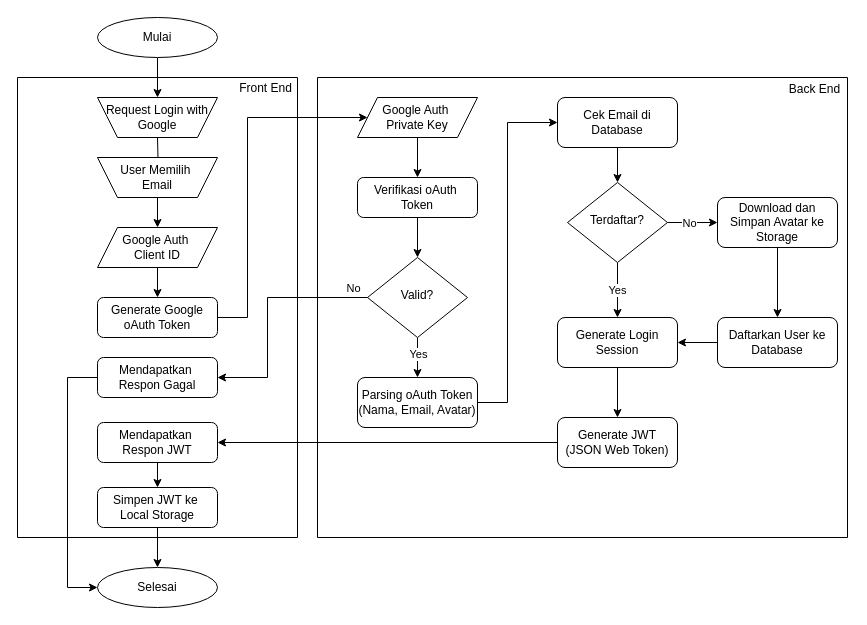
neszha/artour-android keeps this draw.io diagram as docs/flowchart-auth.drawio. Above is the earlier version. Source tidied: cells renumbered, new cells numbered last; positions are measured from the earlier drawing's top-left corner, leaving out a move shared by most shapes. Both pictures are drawn from the tidied source at 100%, with x=0, y=0 at pixel (17, 17).
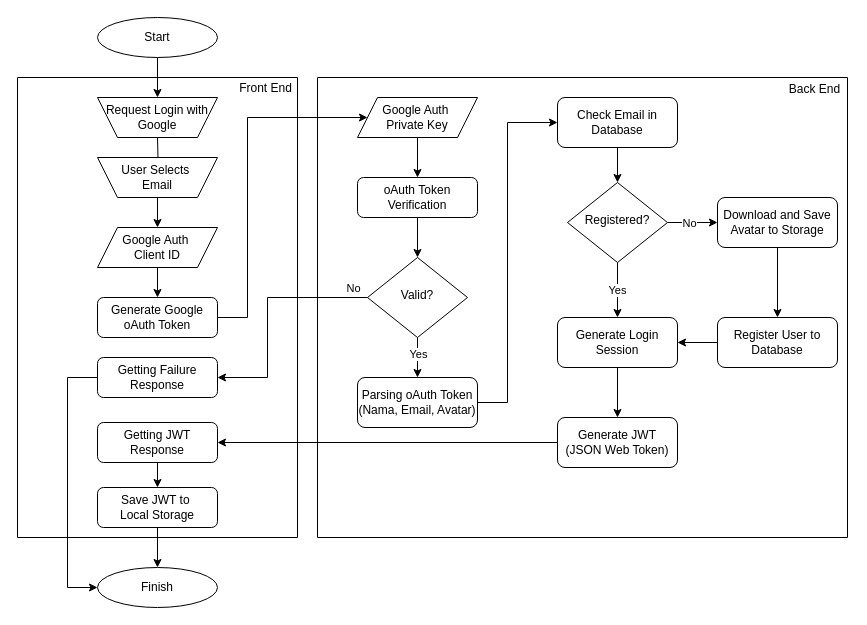
Above is the later version.

Unchanged cells that the change refers to:
```xml
<mxCell id="7" style="swimlane;startSize=0;" parent="1" vertex="1">
  <mxGeometry y="60" width="280" height="460" as="geometry" />
</mxCell>
<mxCell id="18" style="swimlane;startSize=0;" parent="1" vertex="1">
  <mxGeometry x="300" y="60" width="530" height="460" as="geometry" />
</mxCell>
```

What changed in the source:
```diff
@@
-    <mxCell id="4" value="Mulai" style="ellipse;whiteSpace=wrap;html=1;" parent="1" vertex="1">
+    <mxCell id="4" value="Start" style="ellipse;whiteSpace=wrap;html=1;" parent="1" vertex="1">
       <mxGeometry x="80" width="120" height="40" as="geometry" />
     </mxCell>
@@
-    <mxCell id="8" value="Mendapatkan&amp;nbsp;&lt;div&gt;Respon Gagal&lt;/div&gt;" style="rounded=1;whiteSpace=wrap;html=1;fontSize=12;glass=0;strokeWidth=1;shadow=0;" parent="7" vertex="1">
+    <mxCell id="8" value="Getting Failure Response" style="rounded=1;whiteSpace=wrap;html=1;fontSize=12;glass=0;strokeWidth=1;shadow=0;" parent="7" vertex="1">
       <mxGeometry x="80" y="280" width="120" height="40" as="geometry" />
     </mxCell>
-    <mxCell id="9" value="User Memilih&amp;nbsp;&lt;div&gt;Email&lt;/div&gt;" style="shape=trapezoid;perimeter=trapezoidPerimeter;whiteSpace=wrap;html=1;fixedSize=1;flipV=1;" parent="7" vertex="1">
+    <mxCell id="9" value="User Selects&amp;nbsp;&lt;div&gt;Email&lt;br&gt;&lt;/div&gt;" style="shape=trapezoid;perimeter=trapezoidPerimeter;whiteSpace=wrap;html=1;fixedSize=1;flipV=1;" parent="7" vertex="1">
       <mxGeometry x="80" y="80" width="120" height="40" as="geometry" />
     </mxCell>
@@
-    <mxCell id="15" value="Mendapatkan&amp;nbsp;&lt;div&gt;Respon JWT&lt;/div&gt;" style="rounded=1;whiteSpace=wrap;html=1;fontSize=12;glass=0;strokeWidth=1;shadow=0;" parent="7" vertex="1">
+    <mxCell id="15" value="Getting JWT Response" style="rounded=1;whiteSpace=wrap;html=1;fontSize=12;glass=0;strokeWidth=1;shadow=0;" parent="7" vertex="1">
       <mxGeometry x="80" y="345" width="120" height="40" as="geometry" />
     </mxCell>
-    <mxCell id="16" value="Simpen JWT ke&amp;nbsp;&lt;div&gt;Local Storage&lt;/div&gt;" style="rounded=1;whiteSpace=wrap;html=1;fontSize=12;glass=0;strokeWidth=1;shadow=0;" parent="7" vertex="1">
+    <mxCell id="16" value="Save JWT to&amp;nbsp;&lt;div&gt;Local Storage&lt;/div&gt;" style="rounded=1;whiteSpace=wrap;html=1;fontSize=12;glass=0;strokeWidth=1;shadow=0;" parent="7" vertex="1">
       <mxGeometry x="80" y="410" width="120" height="40" as="geometry" />
     </mxCell>
@@
-    <mxCell id="22" value="Verifikasi oAuth&amp;nbsp;&lt;div&gt;Token&lt;/div&gt;" style="rounded=1;whiteSpace=wrap;html=1;fontSize=12;glass=0;strokeWidth=1;shadow=0;" parent="18" vertex="1">
+    <mxCell id="22" value="oAuth&amp;nbsp;&lt;span style=&quot;background-color: initial;&quot;&gt;Token Verification&lt;/span&gt;" style="rounded=1;whiteSpace=wrap;html=1;fontSize=12;glass=0;strokeWidth=1;shadow=0;" parent="18" vertex="1">
       <mxGeometry x="40" y="100" width="120" height="40" as="geometry" />
     </mxCell>
@@
-    <mxCell id="31" value="Terdaftar?" style="rhombus;whiteSpace=wrap;html=1;shadow=0;fontFamily=Helvetica;fontSize=12;align=center;strokeWidth=1;spacing=6;spacingTop=-4;" parent="18" vertex="1">
+    <mxCell id="31" value="Registered?" style="rhombus;whiteSpace=wrap;html=1;shadow=0;fontFamily=Helvetica;fontSize=12;align=center;strokeWidth=1;spacing=6;spacingTop=-4;" parent="18" vertex="1">
       <mxGeometry x="250" y="105" width="100" height="80" as="geometry" />
     </mxCell>
@@
-    <mxCell id="33" value="Cek Email di Database" style="rounded=1;whiteSpace=wrap;html=1;fontSize=12;glass=0;strokeWidth=1;shadow=0;" parent="18" vertex="1">
+    <mxCell id="33" value="Check Email in Database" style="rounded=1;whiteSpace=wrap;html=1;fontSize=12;glass=0;strokeWidth=1;shadow=0;" parent="18" vertex="1">
       <mxGeometry x="240" y="20" width="120" height="50" as="geometry" />
     </mxCell>
@@
-    <mxCell id="38" value="Download dan Simpan Avatar ke Storage" style="rounded=1;whiteSpace=wrap;html=1;fontSize=12;glass=0;strokeWidth=1;shadow=0;" parent="18" vertex="1">
+    <mxCell id="38" value="Download and Save Avatar to Storage" style="rounded=1;whiteSpace=wrap;html=1;fontSize=12;glass=0;strokeWidth=1;shadow=0;" parent="18" vertex="1">
       <mxGeometry x="400" y="120" width="120" height="50" as="geometry" />
     </mxCell>
@@
-    <mxCell id="40" value="Daftarkan User ke Database" style="rounded=1;whiteSpace=wrap;html=1;fontSize=12;glass=0;strokeWidth=1;shadow=0;" parent="18" vertex="1">
+    <mxCell id="40" value="Register User to Database" style="rounded=1;whiteSpace=wrap;html=1;fontSize=12;glass=0;strokeWidth=1;shadow=0;" parent="18" vertex="1">
       <mxGeometry x="400" y="240" width="120" height="50" as="geometry" />
     </mxCell>
@@
-    <mxCell id="45" value="Selesai" style="ellipse;whiteSpace=wrap;html=1;" parent="1" vertex="1">
+    <mxCell id="45" value="Finish" style="ellipse;whiteSpace=wrap;html=1;" parent="1" vertex="1">
       <mxGeometry x="80" y="550" width="120" height="40" as="geometry" />
     </mxCell>
```
